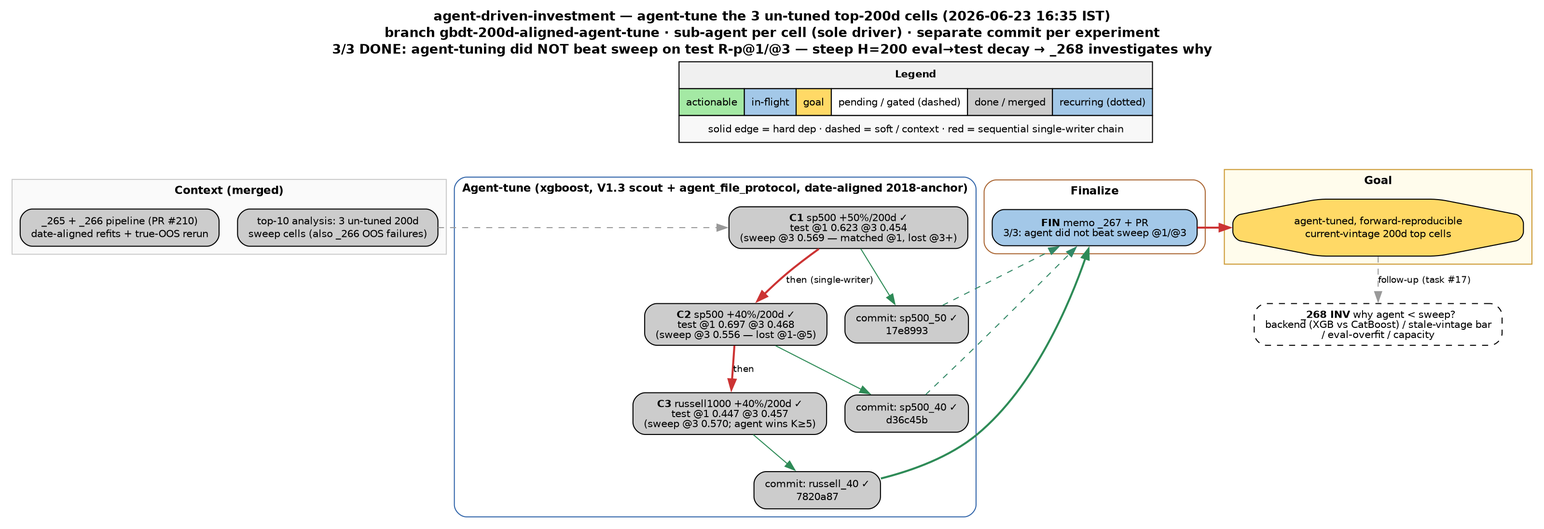
This is docs/task_dependencies.png from shayanrc/agent-driven-investment, a Graphviz export, as it was before one commit. Its source is kept beside it as docs/task_dependencies.dot.
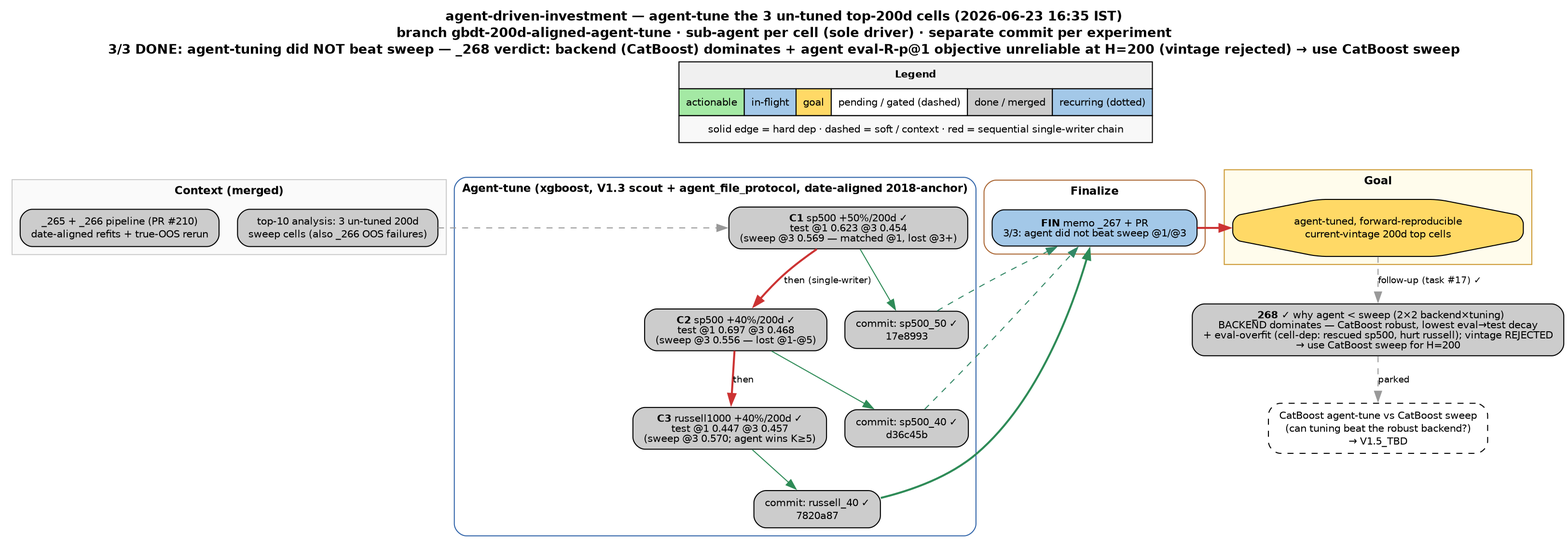
After the commit.

Commit message:
gbdt(_268): agent-vs-sweep decomposition memo + sidecar (+ V1.5 TBD)

What changed in the source:
```diff
@@ -4,7 +4,7 @@
   bgcolor="white";
   node [fontname="Helvetica", fontsize=10, shape=box, style="rounded,filled", margin="0.15,0.08"];
   edge [fontname="Helvetica", fontsize=9];
-  graph [labelloc="t", label="agent-driven-investment — agent-tune the 3 un-tuned top-200d cells (2026-06-23 16:35 IST)\nbranch gbdt-200d-aligned-agent-tune · sub-agent per cell (sole driver) · separate commit per experiment\n3/3 DONE: agent-tuning did NOT beat sweep on test R-p@1/@3 — steep H=200 eval→test decay → _268 investigates why", fontsize=13, fontname="Helvetica-Bold"];
+  graph [labelloc="t", label="agent-driven-investment — agent-tune the 3 un-tuned top-200d cells (2026-06-23 16:35 IST)\nbranch gbdt-200d-aligned-agent-tune · sub-agent per cell (sole driver) · separate commit per experiment\n3/3 DONE: agent-tuning did NOT beat sweep — _268 verdict: backend (CatBoost) dominates + agent eval-R-p@1 objective unreliable at H=200 (vintage rejected) → use CatBoost sweep", fontsize=13, fontname="Helvetica-Bold"];
 
   {
     rank=source;
@@ -75,6 +75,9 @@
 
   FIN -> G [color="#cc3333", penwidth=2];
 
-  INV [label=<<B>_268 INV</B> why agent &lt; sweep?<BR/>backend (XGB vs CatBoost) / stale-vintage bar<BR/>/ eval-overfit / capacity>, fillcolor="#ffffff", style="rounded,filled,dashed"];
-  G -> INV [style="dashed", color="#999999", label="follow-up (task #17)"];
+  INV [label=<<B>_268 ✓</B> why agent &lt; sweep (2×2 backend×tuning)<BR/>BACKEND dominates — CatBoost robust, lowest eval→test decay<BR/>+ eval-overfit (cell-dep: rescued sp500, hurt russell); vintage REJECTED<BR/>→ use CatBoost sweep for H=200>, fillcolor="#cccccc"];
+  G -> INV [style="dashed", color="#999999", label="follow-up (task #17) ✓"];
+
+  TBD [label=<CatBoost agent-tune vs CatBoost sweep<BR/>(can tuning beat the robust backend?)<BR/>→ V1.5_TBD>, fillcolor="#ffffff", style="rounded,filled,dashed"];
+  INV -> TBD [style="dashed", color="#999999", label="parked"];
 }
```
